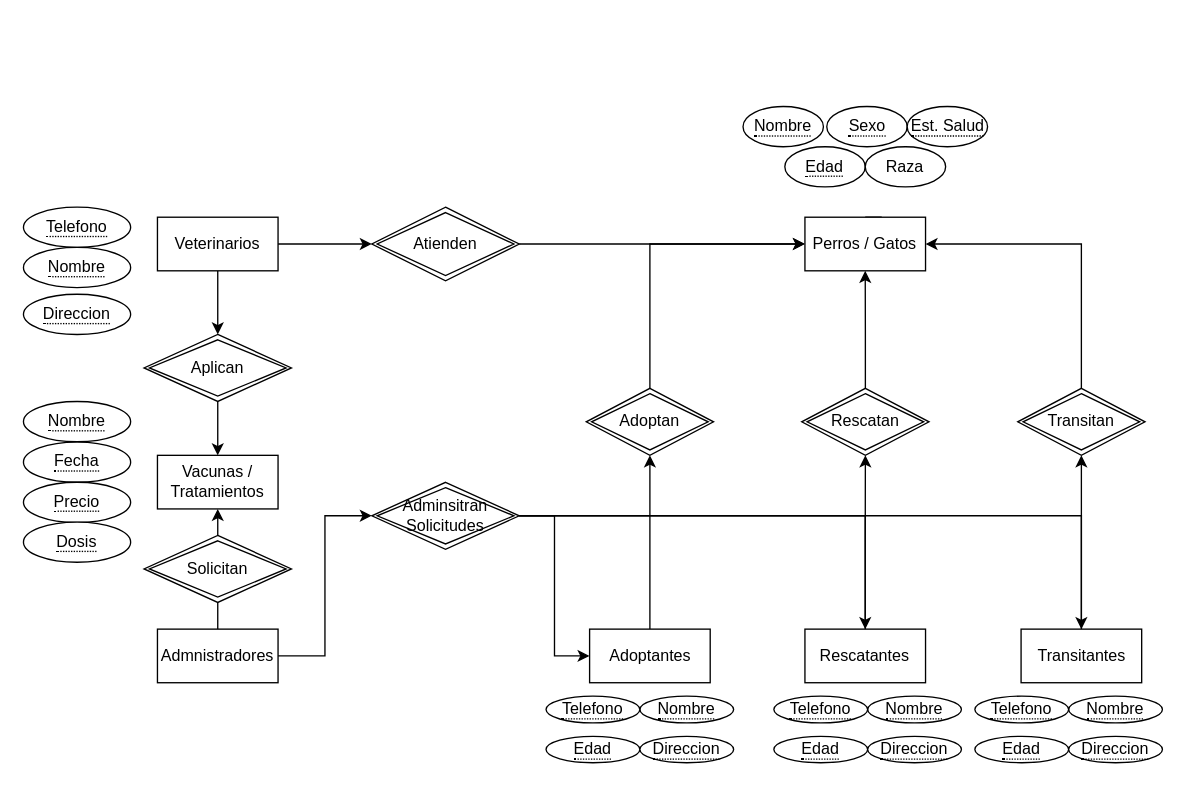
Above: Diagrama sin título.drawio in Dfrugone/ITFS-4 (draw.io), before the change. Source tidied: cells renumbered, new cells numbered last; positions are measured from the earlier drawing's top-left corner, leaving out a move shared by most shapes. Both pictures are drawn from the tidied source at 134%, with x=0, y=0 at pixel (23, 106).
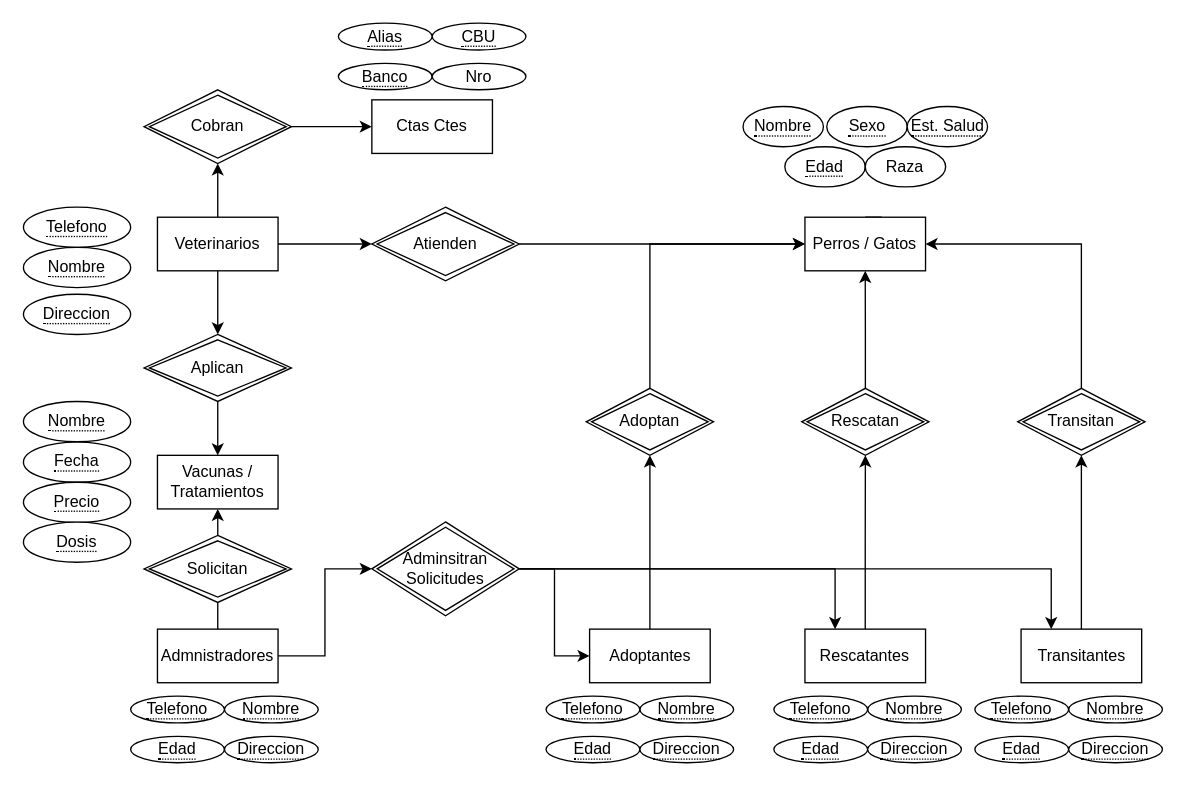
The same diagram, later.

The change refers to these unchanged cells:
```xml
<mxCell id="23" value="Veterinarios" style="rounded=0;whiteSpace=wrap;html=1;" parent="1" vertex="1">
  <mxGeometry x="100" y="82.6" width="90" height="40" as="geometry" />
</mxCell>
<mxCell id="32" value="Rescatantes" style="rounded=0;whiteSpace=wrap;html=1;" parent="1" vertex="1">
  <mxGeometry x="583.2" y="390" width="90" height="40" as="geometry" />
</mxCell>
<mxCell id="36" value="Transitantes" style="rounded=0;whiteSpace=wrap;html=1;" parent="1" vertex="1">
  <mxGeometry x="744.5" y="390" width="90" height="40" as="geometry" />
</mxCell>
```

Diff of the diagram source:
```diff
@@
+    <mxCell id="57" style="edgeStyle=orthogonalEdgeStyle;rounded=0;jettySize=auto;html=1;exitX=0.5;exitY=0;exitDx=0;exitDy=0;entryX=0.5;entryY=1;entryDx=0;entryDy=0;" parent="1" edge="1" source="23" target="68">
+      <mxGeometry relative="1" as="geometry" />
+    </mxCell>
@@
-    <mxCell id="53" style="edgeStyle=orthogonalEdgeStyle;rounded=0;jettySize=auto;html=1;exitX=1;exitY=0.5;exitDx=0;exitDy=0;" parent="1" edge="1" source="55" target="32">
+    <mxCell id="53" style="edgeStyle=orthogonalEdgeStyle;rounded=0;jettySize=auto;html=1;exitX=1;exitY=0.5;exitDx=0;exitDy=0;entryX=0.25;entryY=0;entryDx=0;entryDy=0;" parent="1" edge="1" source="55" target="32">
       <mxGeometry relative="1" as="geometry" />
     </mxCell>
-    <mxCell id="54" style="edgeStyle=orthogonalEdgeStyle;rounded=0;jettySize=auto;html=1;exitX=1;exitY=0.5;exitDx=0;exitDy=0;entryX=0.5;entryY=0;entryDx=0;entryDy=0;" parent="1" edge="1" source="55" target="36">
+    <mxCell id="54" style="edgeStyle=orthogonalEdgeStyle;rounded=0;jettySize=auto;html=1;exitX=1;exitY=0.5;exitDx=0;exitDy=0;entryX=0.25;entryY=0;entryDx=0;entryDy=0;" parent="1" edge="1" source="55" target="36">
       <mxGeometry relative="1" as="geometry" />
     </mxCell>
     <mxCell id="55" value="Adminsitran Solicitudes" style="shape=rhombus;double=1;perimeter=rhombusPerimeter;whiteSpace=wrap;html=1;align=center;" parent="1" vertex="1">
-      <mxGeometry x="260" y="280.4" width="110" height="50" as="geometry" />
+      <mxGeometry x="260" y="310" width="110" height="70" as="geometry" />
     </mxCell>
@@
+    <mxCell id="58" value="&lt;span style=&quot;border-bottom: 1px dotted&quot;&gt;Nombre&lt;/span&gt;" style="ellipse;whiteSpace=wrap;html=1;align=center;" parent="1" vertex="1">
+      <mxGeometry x="150" y="440" width="70" height="20" as="geometry" />
+    </mxCell>
+    <mxCell id="59" value="&lt;span style=&quot;border-bottom: 1px dotted&quot;&gt;Edad&lt;/span&gt;" style="ellipse;whiteSpace=wrap;html=1;align=center;" parent="1" vertex="1">
+      <mxGeometry x="80" y="470" width="70" height="19.7" as="geometry" />
+    </mxCell>
+    <mxCell id="60" value="&lt;span style=&quot;border-bottom: 1px dotted&quot;&gt;Telefono&lt;/span&gt;" style="ellipse;whiteSpace=wrap;html=1;align=center;" parent="1" vertex="1">
+      <mxGeometry x="80" y="440" width="70" height="20" as="geometry" />
+    </mxCell>
+    <mxCell id="61" value="&lt;span style=&quot;border-bottom: 1px dotted&quot;&gt;Direccion&lt;/span&gt;" style="ellipse;whiteSpace=wrap;html=1;align=center;" parent="1" vertex="1">
+      <mxGeometry x="150" y="470" width="70" height="19.7" as="geometry" />
+    </mxCell>
+    <mxCell id="62" value="Ctas Ctes" style="rounded=0;whiteSpace=wrap;html=1;" parent="1" vertex="1">
+      <mxGeometry x="260" y="-5" width="90" height="40" as="geometry" />
+    </mxCell>
+    <mxCell id="63" value="&lt;span style=&quot;border-bottom: 1px dotted&quot;&gt;CBU&lt;/span&gt;" style="ellipse;whiteSpace=wrap;html=1;align=center;" parent="1" vertex="1">
+      <mxGeometry x="305" y="-62.2" width="70" height="20" as="geometry" />
+    </mxCell>
+    <mxCell id="64" value="&lt;span style=&quot;border-bottom: 1px dotted&quot;&gt;Banco&lt;/span&gt;" style="ellipse;whiteSpace=wrap;html=1;align=center;" parent="1" vertex="1">
+      <mxGeometry x="235" y="-32.2" width="70" height="19.7" as="geometry" />
+    </mxCell>
+    <mxCell id="65" value="&lt;span style=&quot;border-bottom: 1px dotted&quot;&gt;Alias&lt;/span&gt;" style="ellipse;whiteSpace=wrap;html=1;align=center;" parent="1" vertex="1">
+      <mxGeometry x="235" y="-62.2" width="70" height="20" as="geometry" />
+    </mxCell>
+    <mxCell id="66" value="Nro" style="ellipse;whiteSpace=wrap;html=1;align=center;" parent="1" vertex="1">
+      <mxGeometry x="305" y="-32.2" width="70" height="19.7" as="geometry" />
+    </mxCell>
+    <mxCell id="67" style="edgeStyle=orthogonalEdgeStyle;rounded=0;jettySize=auto;html=1;exitX=1;exitY=0.5;exitDx=0;exitDy=0;entryX=0;entryY=0.5;entryDx=0;entryDy=0;" parent="1" edge="1" source="68" target="62">
+      <mxGeometry relative="1" as="geometry" />
+    </mxCell>
+    <mxCell id="68" value="Cobran" style="shape=rhombus;double=1;perimeter=rhombusPerimeter;whiteSpace=wrap;html=1;align=center;" parent="1" vertex="1">
+      <mxGeometry x="90" y="-12.5" width="110" height="55" as="geometry" />
+    </mxCell>
```
